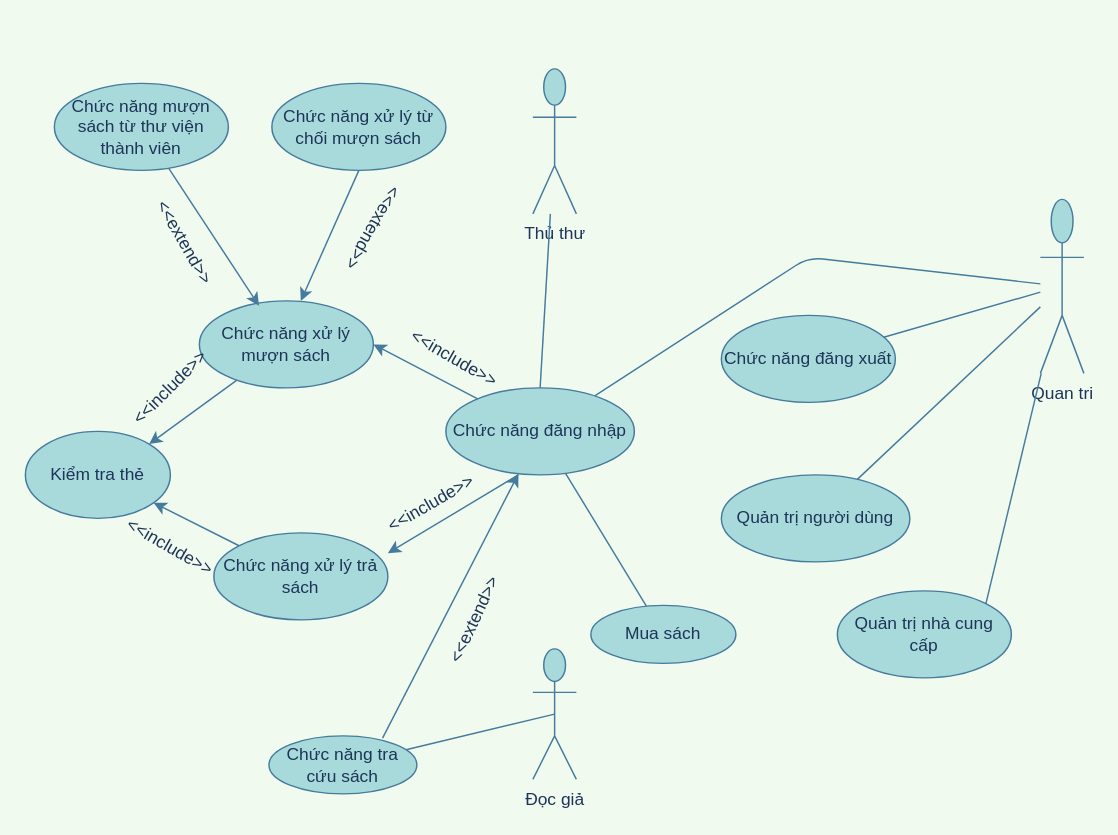
Before: img/Bai2.drawio in truongflute/truongflute.github.io, a draw.io diagram. Source tidied: cells renumbered, new cells numbered last; positions are measured from the earlier drawing's top-left corner, leaving out a move shared by most shapes. Both pictures are drawn from the tidied source at 145%, with x=0, y=0 at pixel (25, 68).
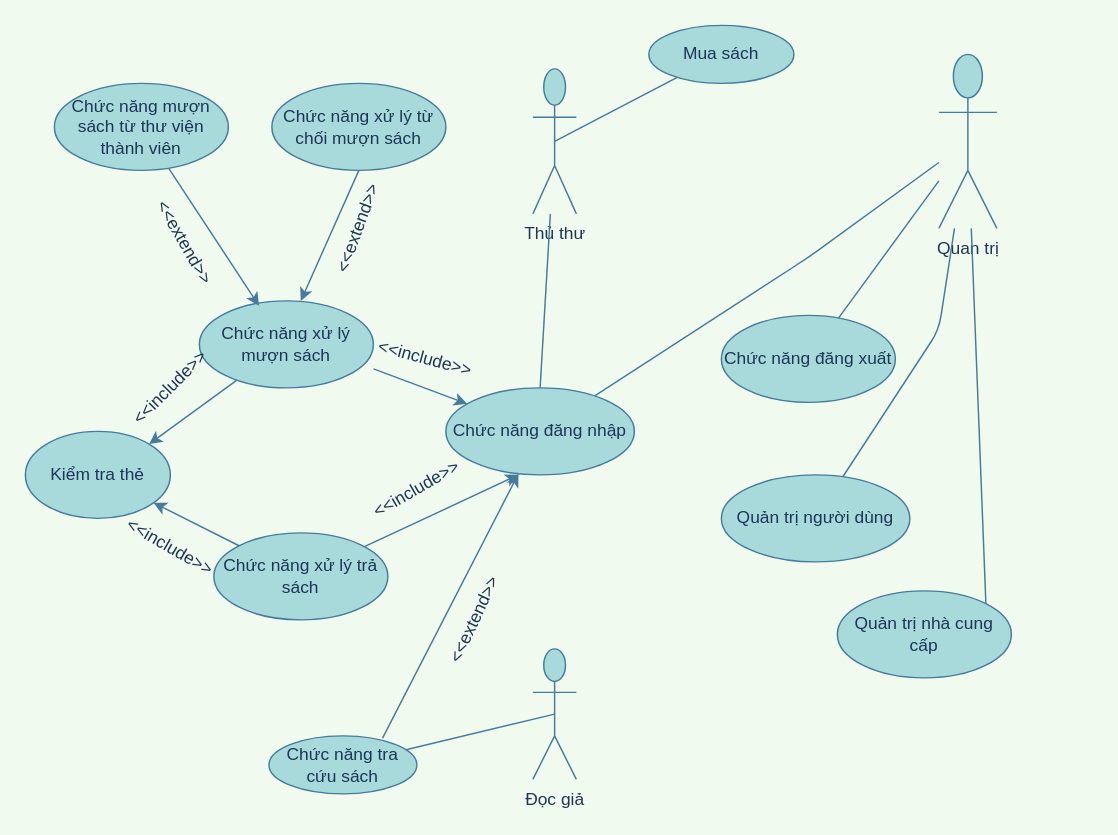
After the change.

The change refers to these unchanged cells:
```xml
<mxCell id="3" value="Chức năng đăng nhập" style="ellipse;whiteSpace=wrap;html=1;fillColor=#A8DADC;strokeColor=#457B9D;fontColor=#1D3557;" parent="1" vertex="1">
  <mxGeometry x="290" y="220" width="130" height="60" as="geometry" />
</mxCell>
<mxCell id="4" value="Chức năng đăng xuất" style="ellipse;whiteSpace=wrap;html=1;fillColor=#A8DADC;strokeColor=#457B9D;fontColor=#1D3557;" parent="1" vertex="1">
  <mxGeometry x="480" y="170" width="120" height="60" as="geometry" />
</mxCell>
<mxCell id="5" value="Quản trị người dùng" style="ellipse;whiteSpace=wrap;html=1;fillColor=#A8DADC;strokeColor=#457B9D;fontColor=#1D3557;" parent="1" vertex="1">
  <mxGeometry x="480" y="280" width="130" height="60" as="geometry" />
</mxCell>
<mxCell id="11" value="Thủ thư" style="shape=umlActor;verticalLabelPosition=bottom;verticalAlign=top;html=1;outlineConnect=0;fillColor=#A8DADC;strokeColor=#457B9D;fontColor=#1D3557;" parent="1" vertex="1">
  <mxGeometry x="350" width="30" height="100" as="geometry" />
</mxCell>
<mxCell id="13" value="Chức năng xử lý mượn sách" style="ellipse;whiteSpace=wrap;html=1;fillColor=#A8DADC;strokeColor=#457B9D;fontColor=#1D3557;" parent="1" vertex="1">
  <mxGeometry x="120" y="160" width="120" height="60" as="geometry" />
</mxCell>
<mxCell id="14" value="Chức năng xử lý trả sách" style="ellipse;whiteSpace=wrap;html=1;fillColor=#A8DADC;strokeColor=#457B9D;fontColor=#1D3557;" parent="1" vertex="1">
  <mxGeometry x="130" y="320" width="120" height="60" as="geometry" />
</mxCell>
```

Diff of the diagram source:
```diff
@@
-    <mxCell id="2" value="Quan tri" style="shape=umlActor;verticalLabelPosition=bottom;verticalAlign=top;html=1;outlineConnect=0;fillColor=#A8DADC;strokeColor=#457B9D;fontColor=#1D3557;" parent="1" vertex="1">
-      <mxGeometry x="700" y="90" width="30" height="120" as="geometry" />
+    <mxCell id="2" value="Quan trị" style="shape=umlActor;verticalLabelPosition=bottom;verticalAlign=top;html=1;outlineConnect=0;fillColor=#A8DADC;strokeColor=#457B9D;fontColor=#1D3557;" parent="1" vertex="1">
+      <mxGeometry x="630" y="-10" width="40" height="120" as="geometry" />
     </mxCell>
@@
-    <mxCell id="8" style="endArrow=none;html=1;labelBackgroundColor=#F1FAEE;strokeColor=#457B9D;fontColor=#1D3557;" parent="1" edge="1" source="4">
-      <mxGeometry relative="1" as="geometry">
-        <mxPoint x="700" y="154" as="targetPoint" />
-      </mxGeometry>
+    <mxCell id="8" style="endArrow=none;html=1;labelBackgroundColor=#F1FAEE;strokeColor=#457B9D;fontColor=#1D3557;" parent="1" edge="1" source="4" target="2">
+      <mxGeometry relative="1" as="geometry" />
     </mxCell>
     <mxCell id="9" style="endArrow=none;html=1;labelBackgroundColor=#F1FAEE;strokeColor=#457B9D;fontColor=#1D3557;" parent="1" edge="1" source="5" target="2">
-      <mxGeometry relative="1" as="geometry" />
+      <mxGeometry relative="1" as="geometry">
+        <Array as="points">
+          <mxPoint x="630" y="180" />
+        </Array>
+      </mxGeometry>
     </mxCell>
@@
-    <mxCell id="20" style="endArrow=classic;html=1;entryX=1;entryY=0.5;entryDx=0;entryDy=0;labelBackgroundColor=#F1FAEE;strokeColor=#457B9D;fontColor=#1D3557;" parent="1" edge="1" source="3" target="13">
+    <mxCell id="20" style="endArrow=classic;html=1;labelBackgroundColor=#F1FAEE;strokeColor=#457B9D;fontColor=#1D3557;exitX=1.001;exitY=0.782;exitDx=0;exitDy=0;exitPerimeter=0;" parent="1" edge="1" source="13" target="3">
       <mxGeometry relative="1" as="geometry" />
     </mxCell>
-    <mxCell id="21" style="endArrow=classic;html=1;exitX=0.385;exitY=1;exitDx=0;exitDy=0;exitPerimeter=0;labelBackgroundColor=#F1FAEE;strokeColor=#457B9D;fontColor=#1D3557;" parent="1" edge="1" source="3">
-      <mxGeometry relative="1" as="geometry">
-        <mxPoint x="250" y="334" as="targetPoint" />
-      </mxGeometry>
+    <mxCell id="21" style="endArrow=classic;html=1;labelBackgroundColor=#F1FAEE;strokeColor=#457B9D;fontColor=#1D3557;entryX=0.385;entryY=1;entryDx=0;entryDy=0;entryPerimeter=0;" parent="1" edge="1" source="14" target="3">
+      <mxGeometry relative="1" as="geometry" />
     </mxCell>
-    <mxCell id="22" value="&amp;lt;&amp;lt;include&amp;gt;&amp;gt;" style="text;html=1;strokeColor=none;fillColor=none;align=center;verticalAlign=middle;whiteSpace=wrap;rounded=0;rotation=30;fontColor=#1D3557;" parent="1" vertex="1">
-      <mxGeometry x="270" y="190" width="52.3" height="20" as="geometry" />
+    <mxCell id="22" value="&amp;lt;&amp;lt;include&amp;gt;&amp;gt;" style="text;html=1;strokeColor=none;fillColor=none;align=center;verticalAlign=middle;whiteSpace=wrap;rounded=0;rotation=15;fontColor=#1D3557;" parent="1" vertex="1">
+      <mxGeometry x="250" y="190" width="52.3" height="20" as="geometry" />
     </mxCell>
     <mxCell id="23" value="&amp;lt;&amp;lt;include&amp;gt;&amp;gt;" style="text;html=1;strokeColor=none;fillColor=none;align=center;verticalAlign=middle;whiteSpace=wrap;rounded=0;rotation=-30;fontColor=#1D3557;" parent="1" vertex="1">
-      <mxGeometry x="260" y="290" width="40" height="20" as="geometry" />
+      <mxGeometry x="250" y="280" width="40" height="20" as="geometry" />
     </mxCell>
@@
-    <mxCell id="29" value="&amp;lt;&amp;lt;extend&amp;gt;&amp;gt;" style="text;html=1;strokeColor=none;fillColor=none;align=center;verticalAlign=middle;whiteSpace=wrap;rounded=0;rotation=120;fontColor=#1D3557;" parent="1" vertex="1">
-      <mxGeometry x="220" y="100" width="40" height="20" as="geometry" />
-    </mxCell>
     <mxCell id="30" value="Mua sách" style="ellipse;whiteSpace=wrap;html=1;fillColor=#A8DADC;strokeColor=#457B9D;fontColor=#1D3557;" parent="1" vertex="1">
-      <mxGeometry x="390" y="370" width="100" height="40" as="geometry" />
+      <mxGeometry x="430" y="-30" width="100" height="40" as="geometry" />
     </mxCell>
-    <mxCell id="31" style="endArrow=none;html=1;labelBackgroundColor=#F1FAEE;strokeColor=#457B9D;fontColor=#1D3557;" parent="1" edge="1" source="30" target="3">
+    <mxCell id="31" style="endArrow=none;html=1;labelBackgroundColor=#F1FAEE;strokeColor=#457B9D;fontColor=#1D3557;entryX=0.5;entryY=0.5;entryDx=0;entryDy=0;entryPerimeter=0;" parent="1" edge="1" source="30" target="11">
       <mxGeometry relative="1" as="geometry" />
     </mxCell>
@@
+    <mxCell id="29" value="&amp;lt;&amp;lt;extend&amp;gt;&amp;gt;" style="text;html=1;strokeColor=none;fillColor=none;align=center;verticalAlign=middle;whiteSpace=wrap;rounded=0;rotation=-70;fontColor=#1D3557;" parent="1" vertex="1">
+      <mxGeometry x="220.3" y="100" width="18.7" height="20" as="geometry" />
+    </mxCell>
```
